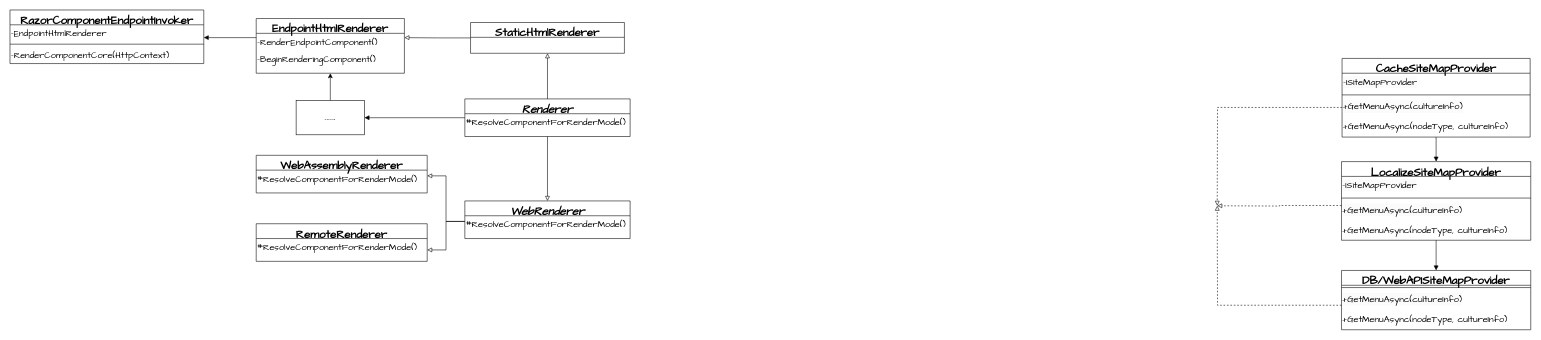
The draw.io diagram Blazor.drawio in xccu/NetCore-Demo, before the edit. Source tidied: cells renumbered, new cells numbered last; positions are measured from the earlier drawing's top-left corner, leaving out a move shared by most shapes. Both pictures are drawn from the tidied source at 57%, with x=0, y=0 at pixel (10, 10).
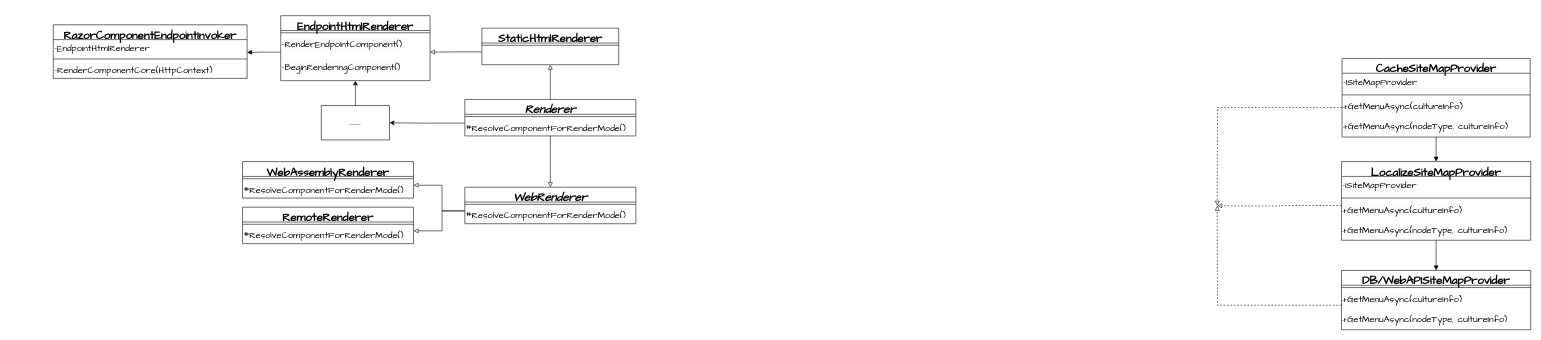
The same page after the edit.

The change refers to these unchanged cells:
```xml
<mxCell id="42" value="-EndpointHtmlRenderer" style="text;whiteSpace=wrap;fontSize=16;fontFamily=Architects Daughter;" parent="41" vertex="1">
  <mxGeometry y="26" width="340" height="30" as="geometry" />
</mxCell>
```

The edit, as a diff of the source:
```diff
@@
-    <mxCell id="2" value="EndpointHtmlRenderer" style="swimlane;fontStyle=1;align=center;verticalAlign=top;horizontal=1;startSize=26;whiteSpace=wrap;html=1;hachureGap=4;fontFamily=Architects Daughter;fontSize=20;swimlaneLine=1;" parent="1" vertex="1">
-      <mxGeometry x="432" y="15" width="260" height="96" as="geometry" />
-    </mxCell>
-    <mxCell id="3" value="-RenderEndpointComponent()" style="text;whiteSpace=wrap;fontSize=16;fontFamily=Architects Daughter;" parent="2" vertex="1">
-      <mxGeometry y="26" width="260" height="30" as="geometry" />
-    </mxCell>
-    <mxCell id="4" value="-BeginRenderingComponent()" style="text;whiteSpace=wrap;fontSize=16;fontFamily=Architects Daughter;" parent="2" vertex="1">
-      <mxGeometry y="56" width="260" height="40" as="geometry" />
-    </mxCell>
@@
-    <mxCell id="24" style="edgeStyle=orthogonalEdgeStyle;rounded=0;jettySize=auto;html=1;exitX=0;exitY=0.5;exitDx=0;exitDy=0;entryX=1;entryY=0.25;entryDx=0;entryDy=0;endArrow=block;endFill=0;" parent="1" edge="1" source="25" target="3">
+    <mxCell id="24" style="edgeStyle=orthogonalEdgeStyle;rounded=0;jettySize=auto;html=1;exitX=0;exitY=0.25;exitDx=0;exitDy=0;entryX=1;entryY=0.75;entryDx=0;entryDy=0;endArrow=block;endFill=0;" parent="1" edge="1" source="51" target="3">
       <mxGeometry relative="1" as="geometry" />
     </mxCell>
-    <mxCell id="25" value="StaticHtmlRenderer" style="swimlane;fontStyle=1;align=center;verticalAlign=top;horizontal=1;startSize=26;whiteSpace=wrap;html=1;hachureGap=4;fontFamily=Architects Daughter;fontSize=20;swimlaneLine=1;" parent="1" vertex="1">
-      <mxGeometry x="808" y="22" width="270" height="54" as="geometry" />
-    </mxCell>
-    <mxCell id="26" style="edgeStyle=orthogonalEdgeStyle;rounded=0;jettySize=auto;html=1;exitX=0.5;exitY=0;exitDx=0;exitDy=0;entryX=0.5;entryY=1;entryDx=0;entryDy=0;endArrow=block;endFill=0;" parent="1" edge="1" source="28" target="25">
+    <mxCell id="26" style="edgeStyle=orthogonalEdgeStyle;rounded=0;jettySize=auto;html=1;exitX=0.5;exitY=0;exitDx=0;exitDy=0;entryX=0.5;entryY=1;entryDx=0;entryDy=0;endArrow=block;endFill=0;" parent="1" edge="1" source="28" target="51">
       <mxGeometry relative="1" as="geometry" />
     </mxCell>
-    <mxCell id="27" style="edgeStyle=orthogonalEdgeStyle;rounded=0;jettySize=auto;html=1;exitX=0;exitY=0.5;exitDx=0;exitDy=0;entryX=1;entryY=0.5;entryDx=0;entryDy=0;endArrow=block;endFill=1;" parent="1" edge="1" source="28" target="31">
-      <mxGeometry relative="1" as="geometry" />
-    </mxCell>
-    <mxCell id="28" value="&lt;i&gt;Renderer&lt;/i&gt;" style="swimlane;fontStyle=1;align=center;verticalAlign=top;horizontal=1;startSize=26;whiteSpace=wrap;html=1;hachureGap=4;fontFamily=Architects Daughter;fontSize=20;swimlaneLine=1;" parent="1" vertex="1">
-      <mxGeometry x="798" y="156" width="290" height="66" as="geometry" />
-    </mxCell>
-    <mxCell id="29" value="#ResolveComponentForRenderMode()" style="text;whiteSpace=wrap;fontFamily=Architects Daughter;fontSize=16;" parent="28" vertex="1">
-      <mxGeometry y="26" width="290" height="40" as="geometry" />
-    </mxCell>
@@
     <mxCell id="31" value="......" style="rounded=0;whiteSpace=wrap;html=1;" parent="1" vertex="1">
-      <mxGeometry x="502" y="159" width="120" height="60" as="geometry" />
+      <mxGeometry x="546" y="168" width="120" height="60" as="geometry" />
     </mxCell>
-    <mxCell id="32" value="&lt;i&gt;WebRenderer&lt;/i&gt;" style="swimlane;fontStyle=1;align=center;verticalAlign=top;horizontal=1;startSize=26;whiteSpace=wrap;html=1;hachureGap=4;fontFamily=Architects Daughter;fontSize=20;swimlaneLine=1;" parent="1" vertex="1">
-      <mxGeometry x="798" y="335" width="290" height="66" as="geometry" />
-    </mxCell>
-    <mxCell id="33" value="#ResolveComponentForRenderMode()" style="text;whiteSpace=wrap;fontFamily=Architects Daughter;fontSize=16;" parent="32" vertex="1">
-      <mxGeometry y="26" width="290" height="40" as="geometry" />
-    </mxCell>
-    <mxCell id="34" value="WebAssemblyRenderer" style="swimlane;fontStyle=1;align=center;verticalAlign=top;horizontal=1;startSize=26;whiteSpace=wrap;html=1;hachureGap=4;fontFamily=Architects Daughter;fontSize=20;swimlaneLine=1;" parent="1" vertex="1">
-      <mxGeometry x="432" y="255" width="300" height="66" as="geometry" />
-    </mxCell>
-    <mxCell id="35" value="#ResolveComponentForRenderMode()" style="text;whiteSpace=wrap;fontFamily=Architects Daughter;fontSize=16;" parent="34" vertex="1">
-      <mxGeometry y="26" width="300" height="40" as="geometry" />
-    </mxCell>
-    <mxCell id="36" value="RemoteRenderer" style="swimlane;fontStyle=1;align=center;verticalAlign=top;horizontal=1;startSize=26;whiteSpace=wrap;html=1;hachureGap=4;fontFamily=Architects Daughter;fontSize=20;swimlaneLine=1;" parent="1" vertex="1">
-      <mxGeometry x="432" y="375" width="300" height="66" as="geometry" />
-    </mxCell>
-    <mxCell id="37" value="#ResolveComponentForRenderMode()" style="text;whiteSpace=wrap;fontFamily=Architects Daughter;fontSize=16;" parent="36" vertex="1">
-      <mxGeometry y="26" width="300" height="40" as="geometry" />
-    </mxCell>
-    <mxCell id="38" style="edgeStyle=orthogonalEdgeStyle;rounded=0;jettySize=auto;html=1;exitX=0.5;exitY=1;exitDx=0;exitDy=0;entryX=0.5;entryY=0;entryDx=0;entryDy=0;endArrow=block;endFill=0;" parent="1" edge="1" source="29" target="32">
+    <mxCell id="38" style="edgeStyle=orthogonalEdgeStyle;rounded=0;jettySize=auto;html=1;exitX=0.5;exitY=1;exitDx=0;exitDy=0;entryX=0.5;entryY=0;entryDx=0;entryDy=0;endArrow=block;endFill=0;" parent="1" edge="1" source="54" target="32">
       <mxGeometry relative="1" as="geometry" />
     </mxCell>
-    <mxCell id="39" style="edgeStyle=orthogonalEdgeStyle;rounded=0;jettySize=auto;html=1;exitX=0;exitY=0.25;exitDx=0;exitDy=0;entryX=1;entryY=0.25;entryDx=0;entryDy=0;endArrow=block;endFill=0;" parent="1" edge="1" source="33" target="35">
-      <mxGeometry relative="1" as="geometry" />
-    </mxCell>
-    <mxCell id="40" style="edgeStyle=orthogonalEdgeStyle;rounded=0;jettySize=auto;html=1;exitX=0;exitY=0.25;exitDx=0;exitDy=0;entryX=1;entryY=0.5;entryDx=0;entryDy=0;endArrow=block;endFill=0;" parent="1" edge="1" source="33" target="37">
-      <mxGeometry relative="1" as="geometry" />
-    </mxCell>
     <mxCell id="41" value="RazorComponentEndpointInvoker" style="swimlane;fontStyle=1;align=center;verticalAlign=top;horizontal=1;startSize=26;whiteSpace=wrap;html=1;hachureGap=4;fontFamily=Architects Daughter;fontSize=20;swimlaneLine=1;" parent="1" vertex="1">
-      <mxGeometry width="340" height="94" as="geometry" />
+      <mxGeometry x="76" y="26" width="340" height="94" as="geometry" />
     </mxCell>
@@
-    <mxCell id="45" style="edgeStyle=orthogonalEdgeStyle;rounded=0;jettySize=auto;html=1;exitX=0;exitY=0.25;exitDx=0;exitDy=0;entryX=1;entryY=0.75;entryDx=0;entryDy=0;endArrow=block;endFill=1;" parent="1" edge="1" source="3" target="42">
+    <mxCell id="45" style="edgeStyle=orthogonalEdgeStyle;rounded=0;jettySize=auto;html=1;exitX=0;exitY=0.75;exitDx=0;exitDy=0;entryX=1;entryY=0.75;entryDx=0;entryDy=0;endArrow=block;endFill=1;" parent="1" edge="1" source="3" target="42">
       <mxGeometry relative="1" as="geometry" />
     </mxCell>
+    <mxCell id="34" value="WebAssemblyRenderer" style="swimlane;fontStyle=1;align=center;verticalAlign=top;horizontal=1;startSize=26;whiteSpace=wrap;html=1;hachureGap=4;fontFamily=Architects Daughter;fontSize=20;swimlaneLine=1;" parent="1" vertex="1">
+      <mxGeometry x="408" y="266" width="300" height="64" as="geometry" />
+    </mxCell>
+    <mxCell id="46" style="line;strokeWidth=1;fillColor=none;align=left;verticalAlign=middle;spacingTop=-1;spacingLeft=3;spacingRight=3;labelPosition=right;strokeColor=inherit;hachureGap=4;fontFamily=Architects Daughter;fontSize=20;swimlaneLine=1;" parent="34" vertex="1">
+      <mxGeometry y="26" width="300" height="8" as="geometry" />
+    </mxCell>
+    <mxCell id="47" value="#ResolveComponentForRenderMode()" style="text;whiteSpace=wrap;fontSize=16;fontFamily=Architects Daughter;" parent="34" vertex="1">
+      <mxGeometry y="34" width="300" height="30" as="geometry" />
+    </mxCell>
+    <mxCell id="36" value="RemoteRenderer" style="swimlane;fontStyle=1;align=center;verticalAlign=top;horizontal=1;startSize=26;whiteSpace=wrap;html=1;hachureGap=4;fontFamily=Architects Daughter;fontSize=20;swimlaneLine=1;" parent="1" vertex="1">
+      <mxGeometry x="408" y="346" width="300" height="64" as="geometry" />
+    </mxCell>
+    <mxCell id="48" style="line;strokeWidth=1;fillColor=none;align=left;verticalAlign=middle;spacingTop=-1;spacingLeft=3;spacingRight=3;labelPosition=right;strokeColor=inherit;hachureGap=4;fontFamily=Architects Daughter;fontSize=20;swimlaneLine=1;" parent="36" vertex="1">
+      <mxGeometry y="26" width="300" height="8" as="geometry" />
+    </mxCell>
+    <mxCell id="49" value="#ResolveComponentForRenderMode()" style="text;whiteSpace=wrap;fontSize=16;fontFamily=Architects Daughter;" parent="36" vertex="1">
+      <mxGeometry y="34" width="300" height="30" as="geometry" />
+    </mxCell>
+    <mxCell id="25" value="StaticHtmlRenderer" style="swimlane;fontStyle=1;align=center;verticalAlign=top;horizontal=1;startSize=26;whiteSpace=wrap;html=1;hachureGap=4;fontFamily=Architects Daughter;fontSize=20;swimlaneLine=1;" parent="1" vertex="1">
+      <mxGeometry x="828" y="32" width="240" height="64" as="geometry" />
+    </mxCell>
+    <mxCell id="50" style="line;strokeWidth=1;fillColor=none;align=left;verticalAlign=middle;spacingTop=-1;spacingLeft=3;spacingRight=3;labelPosition=right;strokeColor=inherit;hachureGap=4;fontFamily=Architects Daughter;fontSize=20;swimlaneLine=1;" parent="25" vertex="1">
+      <mxGeometry y="26" width="240" height="8" as="geometry" />
+    </mxCell>
+    <mxCell id="51" value=" " style="text;whiteSpace=wrap;fontSize=16;fontFamily=Architects Daughter;" parent="25" vertex="1">
+      <mxGeometry y="34" width="240" height="30" as="geometry" />
+    </mxCell>
+    <mxCell id="2" value="EndpointHtmlRenderer" style="swimlane;fontStyle=1;align=center;verticalAlign=top;horizontal=1;startSize=26;whiteSpace=wrap;html=1;hachureGap=4;fontFamily=Architects Daughter;fontSize=20;swimlaneLine=1;" parent="1" vertex="1">
+      <mxGeometry x="475" y="10" width="262" height="114" as="geometry" />
+    </mxCell>
+    <mxCell id="52" style="line;strokeWidth=1;fillColor=none;align=left;verticalAlign=middle;spacingTop=-1;spacingLeft=3;spacingRight=3;labelPosition=right;strokeColor=inherit;hachureGap=4;fontFamily=Architects Daughter;fontSize=20;swimlaneLine=1;" parent="2" vertex="1">
+      <mxGeometry y="26" width="262" height="8" as="geometry" />
+    </mxCell>
+    <mxCell id="3" value="&lt;span style=&quot;color: rgb(0, 0, 0); font-family: &amp;quot;Architects Daughter&amp;quot;; font-size: 16px; font-style: normal; font-variant-ligatures: normal; font-variant-caps: normal; font-weight: 400; letter-spacing: normal; orphans: 2; text-align: left; text-indent: 0px; text-transform: none; widows: 2; word-spacing: 0px; -webkit-text-stroke-width: 0px; background-color: rgb(251, 251, 251); text-decoration-thickness: initial; text-decoration-style: initial; text-decoration-color: initial; float: none; display: inline !important;&quot;&gt;-RenderEndpointComponent()&lt;/span&gt;" style="text;whiteSpace=wrap;html=1;" parent="2" vertex="1">
+      <mxGeometry y="34" width="262" height="40" as="geometry" />
+    </mxCell>
+    <mxCell id="4" value="&lt;span style=&quot;color: rgb(0, 0, 0); font-family: &amp;quot;Architects Daughter&amp;quot;; font-size: 16px; font-style: normal; font-variant-ligatures: normal; font-variant-caps: normal; font-weight: 400; letter-spacing: normal; orphans: 2; text-align: left; text-indent: 0px; text-transform: none; widows: 2; word-spacing: 0px; -webkit-text-stroke-width: 0px; background-color: rgb(251, 251, 251); text-decoration-thickness: initial; text-decoration-style: initial; text-decoration-color: initial; float: none; display: inline !important;&quot;&gt;-BeginRenderingComponent()&lt;/span&gt;" style="text;whiteSpace=wrap;html=1;" parent="2" vertex="1">
+      <mxGeometry y="74" width="262" height="40" as="geometry" />
+    </mxCell>
+    <mxCell id="28" value="&lt;i style=&quot;border-color: var(--border-color);&quot;&gt;Renderer&lt;/i&gt;" style="swimlane;fontStyle=1;align=center;verticalAlign=top;horizontal=1;startSize=26;whiteSpace=wrap;html=1;hachureGap=4;fontFamily=Architects Daughter;fontSize=20;swimlaneLine=1;" parent="1" vertex="1">
+      <mxGeometry x="798" y="157" width="300" height="64" as="geometry" />
+    </mxCell>
+    <mxCell id="53" style="line;strokeWidth=1;fillColor=none;align=left;verticalAlign=middle;spacingTop=-1;spacingLeft=3;spacingRight=3;labelPosition=right;strokeColor=inherit;hachureGap=4;fontFamily=Architects Daughter;fontSize=20;swimlaneLine=1;" parent="28" vertex="1">
+      <mxGeometry y="26" width="300" height="8" as="geometry" />
+    </mxCell>
+    <mxCell id="54" value="#ResolveComponentForRenderMode()" style="text;whiteSpace=wrap;fontSize=16;fontFamily=Architects Daughter;" parent="28" vertex="1">
+      <mxGeometry y="34" width="300" height="30" as="geometry" />
+    </mxCell>
+    <mxCell id="32" value="&lt;i style=&quot;border-color: var(--border-color);&quot;&gt;WebRenderer&lt;/i&gt;" style="swimlane;fontStyle=1;align=center;verticalAlign=top;horizontal=1;startSize=26;whiteSpace=wrap;html=1;hachureGap=4;fontFamily=Architects Daughter;fontSize=20;swimlaneLine=1;" parent="1" vertex="1">
+      <mxGeometry x="798" y="311" width="300" height="64" as="geometry" />
+    </mxCell>
+    <mxCell id="55" style="line;strokeWidth=1;fillColor=none;align=left;verticalAlign=middle;spacingTop=-1;spacingLeft=3;spacingRight=3;labelPosition=right;strokeColor=inherit;hachureGap=4;fontFamily=Architects Daughter;fontSize=20;swimlaneLine=1;" parent="32" vertex="1">
+      <mxGeometry y="26" width="300" height="8" as="geometry" />
+    </mxCell>
+    <mxCell id="56" value="#ResolveComponentForRenderMode()" style="text;whiteSpace=wrap;fontSize=16;fontFamily=Architects Daughter;" parent="32" vertex="1">
+      <mxGeometry y="34" width="300" height="30" as="geometry" />
+    </mxCell>
+    <mxCell id="57" style="edgeStyle=orthogonalEdgeStyle;rounded=0;jettySize=auto;html=1;exitX=0;exitY=0.25;exitDx=0;exitDy=0;entryX=1;entryY=0.25;entryDx=0;entryDy=0;endArrow=block;endFill=0;" parent="1" edge="1" source="56" target="49">
+      <mxGeometry relative="1" as="geometry">
+        <Array as="points">
+          <mxPoint x="758" y="353" />
+          <mxPoint x="758" y="387" />
+        </Array>
+      </mxGeometry>
+    </mxCell>
+    <mxCell id="58" style="edgeStyle=orthogonalEdgeStyle;rounded=0;jettySize=auto;html=1;exitX=0;exitY=0.25;exitDx=0;exitDy=0;entryX=1;entryY=0.25;entryDx=0;entryDy=0;endArrow=block;endFill=0;" parent="1" edge="1" source="56" target="47">
+      <mxGeometry relative="1" as="geometry">
+        <Array as="points">
+          <mxPoint x="758" y="353" />
+          <mxPoint x="758" y="307" />
+        </Array>
+      </mxGeometry>
+    </mxCell>
+    <mxCell id="59" style="edgeStyle=orthogonalEdgeStyle;rounded=0;jettySize=auto;html=1;exitX=0;exitY=0.25;exitDx=0;exitDy=0;entryX=1;entryY=0.5;entryDx=0;entryDy=0;" parent="1" edge="1" source="54" target="31">
+      <mxGeometry relative="1" as="geometry" />
+    </mxCell>
```
